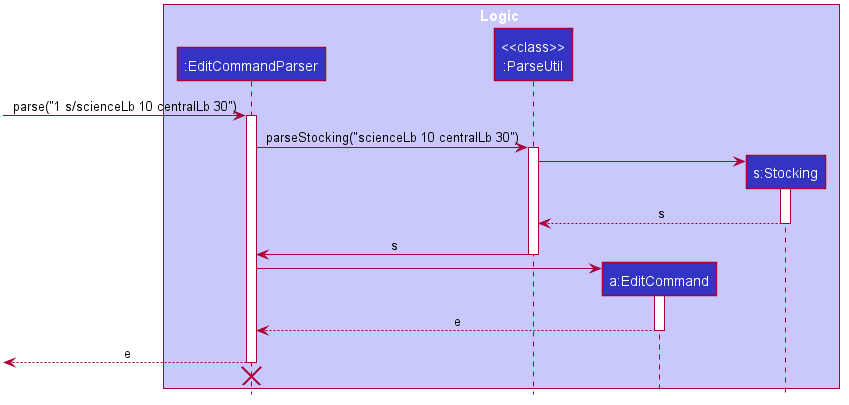
richardcom/tp keeps this PlantUML diagram as docs/images/EditStockingParserSequenceDiagram.png. Above is the earlier version. Source of this version:
```plantuml
@startuml








skinparam BackgroundColor #FFFFFFF

skinparam Shadowing false

skinparam Class {
    FontColor #FFFFFF
    BorderThickness 1
    BorderColor #FFFFFF
    StereotypeFontColor #FFFFFF
    FontName Arial
}

skinparam Actor {
    BorderColor #000000
    Color #000000
    FontName Arial
}

skinparam Sequence {
    MessageAlign center
    BoxFontSize 15
    BoxPadding 0
    BoxFontColor #FFFFFF
    FontName Arial
}

skinparam Participant {
    FontColor #FFFFFFF
    Padding 20
}

skinparam MinClassWidth 50
skinparam ParticipantPadding 10
skinparam Shadowing false
skinparam DefaultTextAlignment center
skinparam packageStyle Rectangle

hide footbox
hide members
hide circle

box Logic #C8C8FA

participant ":EditCommandParser" as EditCommandParser #3333C4
participant "<<class>>\n:ParseUtil" as ParserUtil #3333C4
participant "a:EditCommand" as EditCommand #3333C4
participant "s:Stocking" as Stocking #3333C4
end box

[-> EditCommandParser : parse("1 s/scienceLb 10 centralLb 30")
activate EditCommandParser

EditCommandParser -> ParserUtil : parseStocking("scienceLb 10 centralLb 30")
activate ParserUtil

create Stocking
ParserUtil -> Stocking
activate Stocking

Stocking --> ParserUtil : s
deactivate Stocking

ParserUtil -> EditCommandParser : s
deactivate ParserUtil

create EditCommand
EditCommandParser -> EditCommand
activate EditCommand

EditCommand --> EditCommandParser : e
deactivate EditCommand

[<--EditCommandParser : e
deactivate EditCommandParser
[<-[hidden]- EditCommandParser
destroy EditCommandParser

@enduml
```
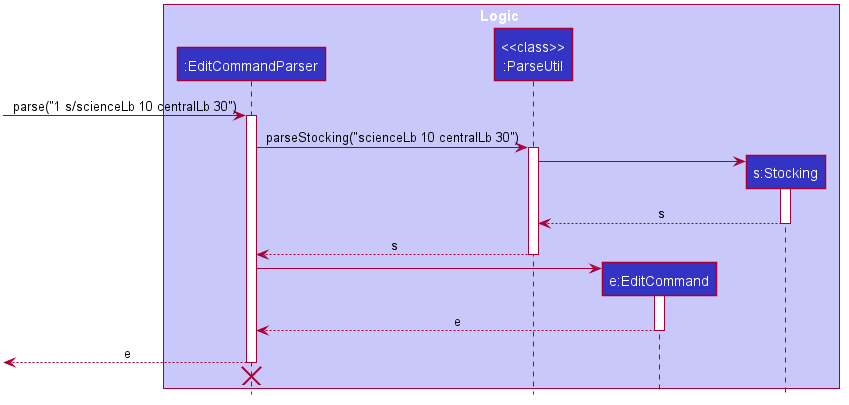
After the commit.

Diff of the diagram source:
```diff
@@ -52,7 +52,7 @@
 
 participant ":EditCommandParser" as EditCommandParser #3333C4
 participant "<<class>>\n:ParseUtil" as ParserUtil #3333C4
-participant "a:EditCommand" as EditCommand #3333C4
+participant "e:EditCommand" as EditCommand #3333C4
 participant "s:Stocking" as Stocking #3333C4
 end box
 
@@ -69,7 +69,7 @@
 Stocking --> ParserUtil : s
 deactivate Stocking
 
-ParserUtil -> EditCommandParser : s
+ParserUtil --> EditCommandParser : s
 deactivate ParserUtil
 
 create EditCommand
```
